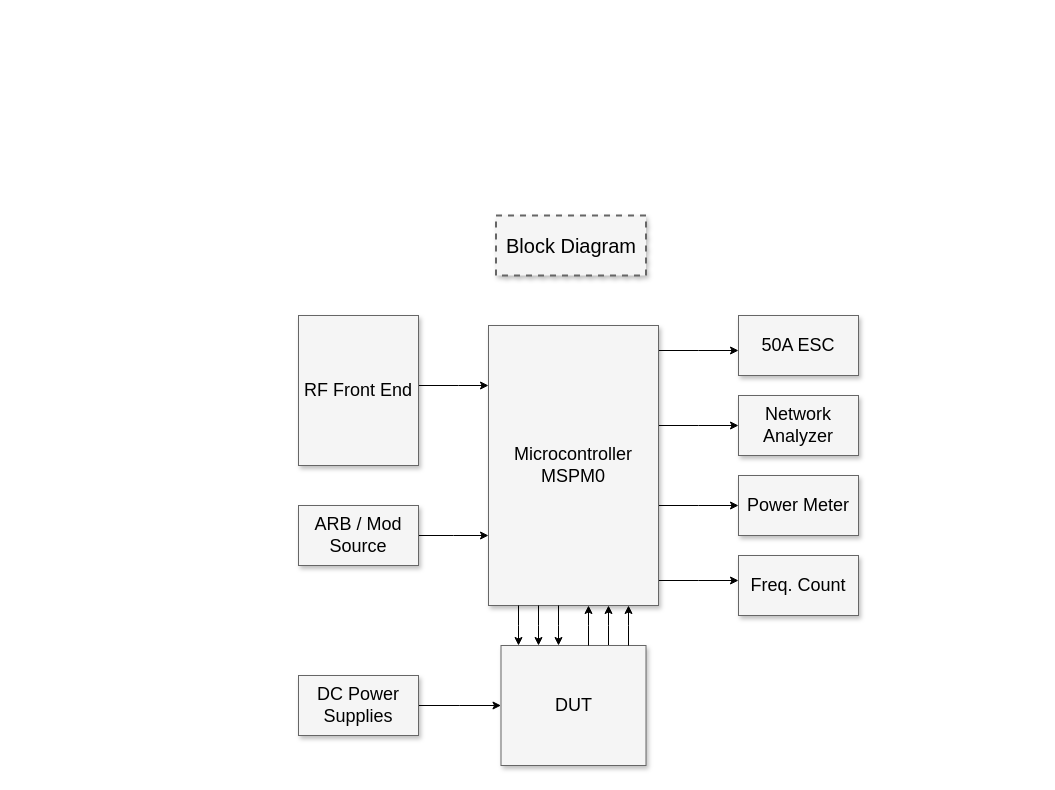
Earlier version of the draw.io diagram page "System Level" (1 of 3) of Glider.drawio (hofcake/Glider). Source tidied: cells renumbered, new cells numbered last; positions are measured from the earlier drawing's top-left corner, leaving out a move shared by most shapes. Both pictures are drawn from the tidied source at 100%, with x=0, y=0 at pixel (298, 215).
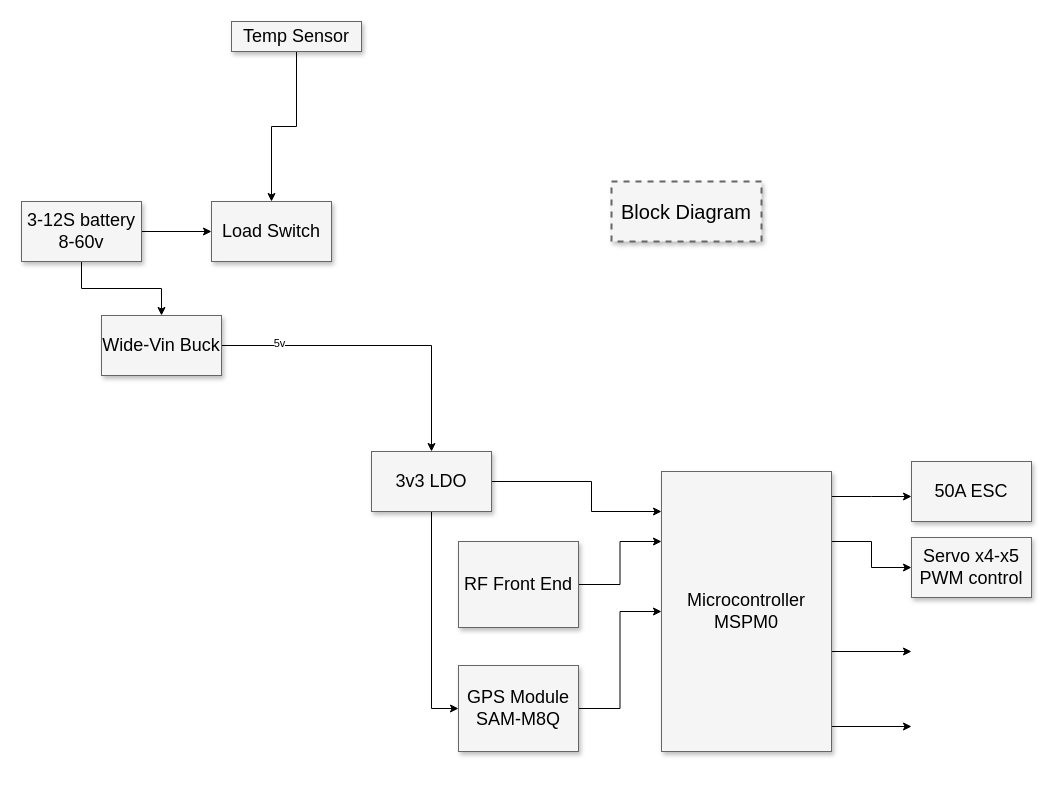
The same page after the edit.

What changed in the source:
```diff
@@
     <mxCell id="2" value="Block Diagram" style="whiteSpace=wrap;html=1;shadow=1;fontSize=20;fillColor=#f5f5f5;strokeColor=#666666;strokeWidth=2;dashed=1;" parent="1" vertex="1">
-      <mxGeometry x="197.5" width="150" height="60" as="geometry" />
+      <mxGeometry x="313" y="-34" width="150" height="60" as="geometry" />
     </mxCell>
@@
-    <mxCell id="4" style="edgeStyle=elbowEdgeStyle;rounded=0;html=1;startArrow=none;startFill=0;jettySize=auto;fontSize=18;elbow=vertical;" parent="1" edge="1" source="8" target="10">
-      <mxGeometry relative="1" as="geometry" />
-    </mxCell>
-    <mxCell id="5" style="edgeStyle=elbowEdgeStyle;rounded=0;html=1;startArrow=none;startFill=0;jettySize=auto;fontSize=18;elbow=vertical;" parent="1" edge="1" source="8" target="11">
-      <mxGeometry relative="1" as="geometry" />
+    <mxCell id="5" style="edgeStyle=elbowEdgeStyle;rounded=0;html=1;startArrow=none;startFill=0;jettySize=auto;fontSize=18;elbow=vertical;" parent="1" edge="1" source="8">
+      <mxGeometry relative="1" as="geometry">
+        <mxPoint x="613" y="435.7" as="targetPoint" />
+      </mxGeometry>
     </mxCell>
-    <mxCell id="6" style="edgeStyle=elbowEdgeStyle;rounded=0;html=1;startArrow=none;startFill=0;jettySize=auto;fontSize=18;elbow=vertical;" parent="1" edge="1" source="8" target="12">
-      <mxGeometry relative="1" as="geometry" />
+    <mxCell id="6" style="edgeStyle=elbowEdgeStyle;rounded=0;html=1;startArrow=none;startFill=0;jettySize=auto;fontSize=18;elbow=vertical;" parent="1" edge="1" source="8">
+      <mxGeometry relative="1" as="geometry">
+        <mxPoint x="613" y="510.7" as="targetPoint" />
+      </mxGeometry>
     </mxCell>
-    <mxCell id="7" style="edgeStyle=elbowEdgeStyle;rounded=0;html=1;startArrow=none;startFill=0;jettySize=auto;fontSize=18;" parent="1" edge="1" source="17" target="8">
-      <mxGeometry relative="1" as="geometry">
-        <Array as="points">
-          <mxPoint x="310" y="410" />
-        </Array>
-      </mxGeometry>
-    </mxCell>
+    <mxCell id="25" style="edgeStyle=orthogonalEdgeStyle;rounded=0;jettySize=auto;html=1;exitX=1;exitY=0.25;exitDx=0;exitDy=0;" parent="1" edge="1" source="8" target="35">
+      <mxGeometry relative="1" as="geometry" />
+    </mxCell>
     <mxCell id="8" value="Microcontroller&lt;div&gt;MSPM0&lt;/div&gt;" style="whiteSpace=wrap;html=1;shadow=1;fontSize=18;fillColor=#f5f5f5;strokeColor=#666666;" parent="1" vertex="1">
-      <mxGeometry x="190" y="110" width="170" height="280" as="geometry" />
+      <mxGeometry x="363" y="256" width="170" height="280" as="geometry" />
     </mxCell>
     <mxCell id="9" value="50A ESC" style="whiteSpace=wrap;html=1;shadow=1;fontSize=18;fillColor=#f5f5f5;strokeColor=#666666;" parent="1" vertex="1">
-      <mxGeometry x="440" y="100" width="120" height="60" as="geometry" />
+      <mxGeometry x="613" y="246" width="120" height="60" as="geometry" />
     </mxCell>
-    <mxCell id="10" value="Network Analyzer" style="whiteSpace=wrap;html=1;shadow=1;fontSize=18;fillColor=#f5f5f5;strokeColor=#666666;" parent="1" vertex="1">
-      <mxGeometry x="440" y="180" width="120" height="60" as="geometry" />
-    </mxCell>
-    <mxCell id="11" value="Power Meter" style="whiteSpace=wrap;html=1;shadow=1;fontSize=18;fillColor=#f5f5f5;strokeColor=#666666;" parent="1" vertex="1">
-      <mxGeometry x="440" y="260" width="120" height="60" as="geometry" />
-    </mxCell>
-    <mxCell id="12" value="Freq. Count" style="whiteSpace=wrap;html=1;shadow=1;fontSize=18;fillColor=#f5f5f5;strokeColor=#666666;" parent="1" vertex="1">
-      <mxGeometry x="440" y="340" width="120" height="60" as="geometry" />
-    </mxCell>
-    <mxCell id="13" style="edgeStyle=elbowEdgeStyle;rounded=0;html=1;startArrow=none;startFill=0;jettySize=auto;fontSize=18;elbow=vertical;" parent="1" edge="1" source="14" target="8">
-      <mxGeometry relative="1" as="geometry">
-        <Array as="points">
-          <mxPoint x="160" y="170" />
-        </Array>
-      </mxGeometry>
+    <mxCell id="13" style="edgeStyle=orthogonalEdgeStyle;rounded=0;jettySize=auto;html=1;entryX=0;entryY=0.25;entryDx=0;entryDy=0;" parent="1" edge="1" source="14" target="8">
+      <mxGeometry relative="1" as="geometry" />
     </mxCell>
     <mxCell id="14" value="RF Front End" style="whiteSpace=wrap;html=1;shadow=1;fontSize=18;fillColor=#f5f5f5;strokeColor=#666666;" parent="1" vertex="1">
-      <mxGeometry y="100" width="120" height="150" as="geometry" />
+      <mxGeometry x="160" y="326" width="120" height="86" as="geometry" />
     </mxCell>
-    <mxCell id="15" style="edgeStyle=elbowEdgeStyle;rounded=0;html=1;startArrow=none;startFill=0;jettySize=auto;fontSize=18;elbow=vertical;" parent="1" edge="1" source="16" target="8">
-      <mxGeometry relative="1" as="geometry" />
-    </mxCell>
+    <mxCell id="26" style="edgeStyle=orthogonalEdgeStyle;rounded=0;jettySize=auto;html=1;entryX=0.5;entryY=0;entryDx=0;entryDy=0;" parent="1" edge="1" source="16" target="38">
+      <mxGeometry relative="1" as="geometry" />
+    </mxCell>
+    <mxCell id="27" value="5v" style="edgeLabel;html=1;align=center;verticalAlign=middle;" parent="26" vertex="1">
+      <mxGeometry x="-0.64" y="3" relative="1" as="geometry" />
+    </mxCell>
-    <mxCell id="16" value="ARB / Mod Source" style="whiteSpace=wrap;html=1;shadow=1;fontSize=18;fillColor=#f5f5f5;strokeColor=#666666;" parent="1" vertex="1">
-      <mxGeometry y="290" width="120" height="60" as="geometry" />
+    <mxCell id="16" value="Wide-Vin Buck" style="whiteSpace=wrap;html=1;shadow=1;fontSize=18;fillColor=#f5f5f5;strokeColor=#666666;" parent="1" vertex="1">
+      <mxGeometry x="-197" y="100" width="120" height="60" as="geometry" />
     </mxCell>
-    <mxCell id="17" value="DUT" style="whiteSpace=wrap;html=1;shadow=1;fontSize=18;fillColor=#f5f5f5;strokeColor=#666666;" parent="1" vertex="1">
-      <mxGeometry x="202.5" y="430" width="145" height="120" as="geometry" />
-    </mxCell>
-    <mxCell id="18" style="edgeStyle=elbowEdgeStyle;rounded=0;html=1;startArrow=none;startFill=0;jettySize=auto;fontSize=18;elbow=vertical;" parent="1" edge="1" source="19" target="17">
-      <mxGeometry relative="1" as="geometry" />
-    </mxCell>
+    <mxCell id="28" style="edgeStyle=orthogonalEdgeStyle;rounded=0;jettySize=auto;html=1;" parent="1" edge="1" source="19" target="30">
+      <mxGeometry relative="1" as="geometry" />
+    </mxCell>
+    <mxCell id="29" style="edgeStyle=orthogonalEdgeStyle;rounded=0;jettySize=auto;html=1;" parent="1" edge="1" source="19" target="16">
+      <mxGeometry relative="1" as="geometry" />
+    </mxCell>
-    <mxCell id="19" value="DC Power Supplies" style="whiteSpace=wrap;html=1;shadow=1;fontSize=18;fillColor=#f5f5f5;strokeColor=#666666;" parent="1" vertex="1">
-      <mxGeometry y="460" width="120" height="60" as="geometry" />
+    <mxCell id="19" value="3-12S battery&lt;div&gt;8-60v&lt;/div&gt;" style="whiteSpace=wrap;html=1;shadow=1;fontSize=18;fillColor=#f5f5f5;strokeColor=#666666;" parent="1" vertex="1">
+      <mxGeometry x="-277" y="-14" width="120" height="60" as="geometry" />
     </mxCell>
-    <mxCell id="20" style="edgeStyle=elbowEdgeStyle;rounded=0;html=1;startArrow=none;startFill=0;jettySize=auto;fontSize=18;" parent="1" edge="1" source="17" target="8">
-      <mxGeometry relative="1" as="geometry">
-        <Array as="points">
-          <mxPoint x="330" y="410" />
-          <mxPoint x="310" y="410" />
-        </Array>
-      </mxGeometry>
-    </mxCell>
-    <mxCell id="21" style="edgeStyle=elbowEdgeStyle;rounded=0;html=1;startArrow=none;startFill=0;jettySize=auto;orthogonalLoop=1;fontSize=18;" parent="1" edge="1">
-      <mxGeometry relative="1" as="geometry">
-        <mxPoint x="290" y="430" as="sourcePoint" />
-        <mxPoint x="290" y="390" as="targetPoint" />
-        <Array as="points">
-          <mxPoint x="290" y="410" />
-          <mxPoint x="290" y="410" />
-        </Array>
-      </mxGeometry>
-    </mxCell>
-    <mxCell id="22" style="edgeStyle=elbowEdgeStyle;rounded=0;html=1;startArrow=none;startFill=0;jettySize=auto;orthogonalLoop=1;fontSize=18;" parent="1" edge="1">
-      <mxGeometry relative="1" as="geometry">
-        <mxPoint x="260" y="390" as="sourcePoint" />
-        <mxPoint x="260" y="430" as="targetPoint" />
-        <Array as="points">
-          <mxPoint x="260" y="410" />
-          <mxPoint x="290" y="420" />
-        </Array>
-      </mxGeometry>
-    </mxCell>
-    <mxCell id="23" style="edgeStyle=elbowEdgeStyle;rounded=0;html=1;startArrow=none;startFill=0;jettySize=auto;orthogonalLoop=1;fontSize=18;" parent="1" edge="1">
-      <mxGeometry relative="1" as="geometry">
-        <mxPoint x="240" y="390" as="sourcePoint" />
-        <mxPoint x="240" y="430" as="targetPoint" />
-        <Array as="points">
-          <mxPoint x="240" y="410" />
-          <mxPoint x="270" y="420" />
-        </Array>
-      </mxGeometry>
-    </mxCell>
-    <mxCell id="24" style="edgeStyle=elbowEdgeStyle;rounded=0;html=1;startArrow=none;startFill=0;jettySize=auto;orthogonalLoop=1;fontSize=18;" parent="1" edge="1">
-      <mxGeometry relative="1" as="geometry">
-        <mxPoint x="220" y="390" as="sourcePoint" />
-        <mxPoint x="220" y="430" as="targetPoint" />
-        <Array as="points">
-          <mxPoint x="220" y="410" />
-          <mxPoint x="250" y="420" />
-        </Array>
-      </mxGeometry>
-    </mxCell>
+    <mxCell id="30" value="Load Switch" style="whiteSpace=wrap;html=1;shadow=1;fontSize=18;fillColor=#f5f5f5;strokeColor=#666666;" parent="1" vertex="1">
+      <mxGeometry x="-87" y="-14" width="120" height="60" as="geometry" />
+    </mxCell>
+    <mxCell id="31" style="edgeStyle=orthogonalEdgeStyle;rounded=0;jettySize=auto;html=1;entryX=0.5;entryY=0;entryDx=0;entryDy=0;" parent="1" edge="1" source="32" target="30">
+      <mxGeometry relative="1" as="geometry" />
+    </mxCell>
+    <mxCell id="32" value="Temp Sensor" style="whiteSpace=wrap;html=1;shadow=1;fontSize=18;fillColor=#f5f5f5;strokeColor=#666666;" parent="1" vertex="1">
+      <mxGeometry x="-67" y="-194" width="130" height="30" as="geometry" />
+    </mxCell>
+    <mxCell id="33" style="edgeStyle=orthogonalEdgeStyle;rounded=0;jettySize=auto;html=1;" parent="1" edge="1" source="34" target="8">
+      <mxGeometry relative="1" as="geometry" />
+    </mxCell>
+    <mxCell id="34" value="GPS Module&lt;div&gt;SAM-M8Q&lt;/div&gt;" style="whiteSpace=wrap;html=1;shadow=1;fontSize=18;fillColor=#f5f5f5;strokeColor=#666666;" parent="1" vertex="1">
+      <mxGeometry x="160" y="450" width="120" height="86" as="geometry" />
+    </mxCell>
+    <mxCell id="35" value="Servo x4-x5&lt;div&gt;PWM control&lt;/div&gt;" style="whiteSpace=wrap;html=1;shadow=1;fontSize=18;fillColor=#f5f5f5;strokeColor=#666666;" parent="1" vertex="1">
+      <mxGeometry x="613" y="322" width="120" height="60" as="geometry" />
+    </mxCell>
+    <mxCell id="36" style="edgeStyle=orthogonalEdgeStyle;rounded=0;jettySize=auto;html=1;" parent="1" edge="1" source="38" target="8">
+      <mxGeometry relative="1" as="geometry">
+        <Array as="points">
+          <mxPoint x="293" y="266" />
+          <mxPoint x="293" y="296" />
+        </Array>
+      </mxGeometry>
+    </mxCell>
+    <mxCell id="37" style="edgeStyle=orthogonalEdgeStyle;rounded=0;jettySize=auto;html=1;entryX=0;entryY=0.5;entryDx=0;entryDy=0;" parent="1" edge="1" source="38" target="34">
+      <mxGeometry relative="1" as="geometry" />
+    </mxCell>
+    <mxCell id="38" value="3v3 LDO" style="whiteSpace=wrap;html=1;shadow=1;fontSize=18;fillColor=#f5f5f5;strokeColor=#666666;" parent="1" vertex="1">
+      <mxGeometry x="73" y="236" width="120" height="60" as="geometry" />
+    </mxCell>
```
